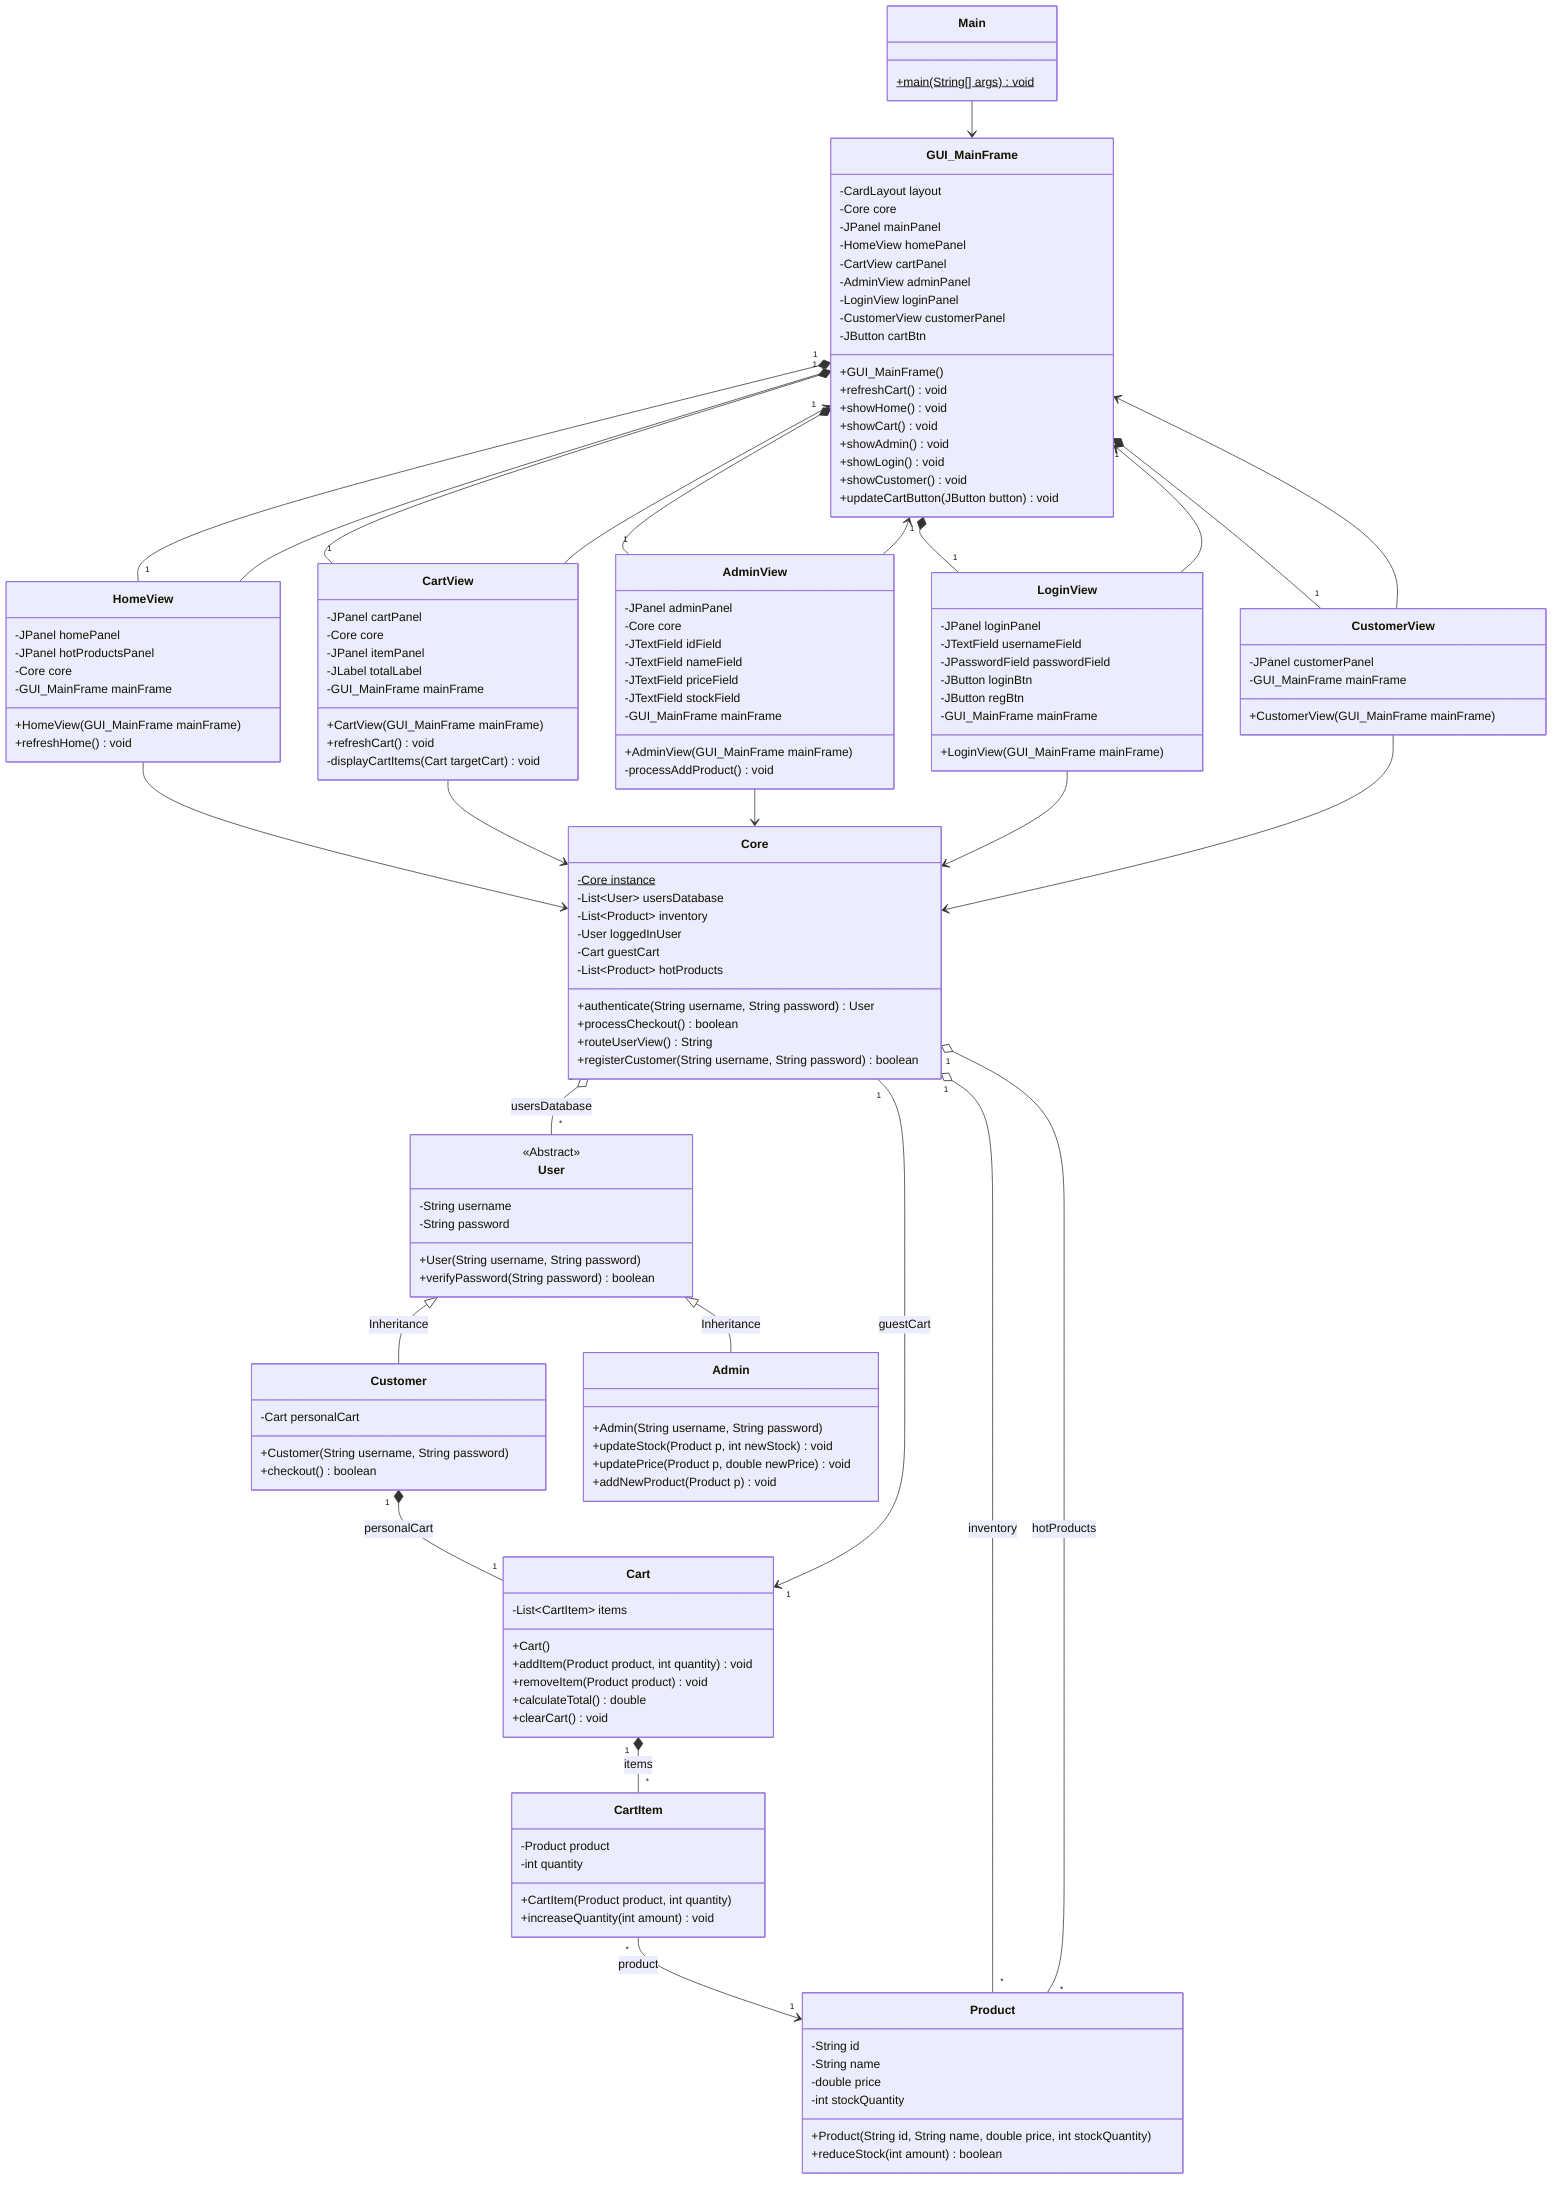
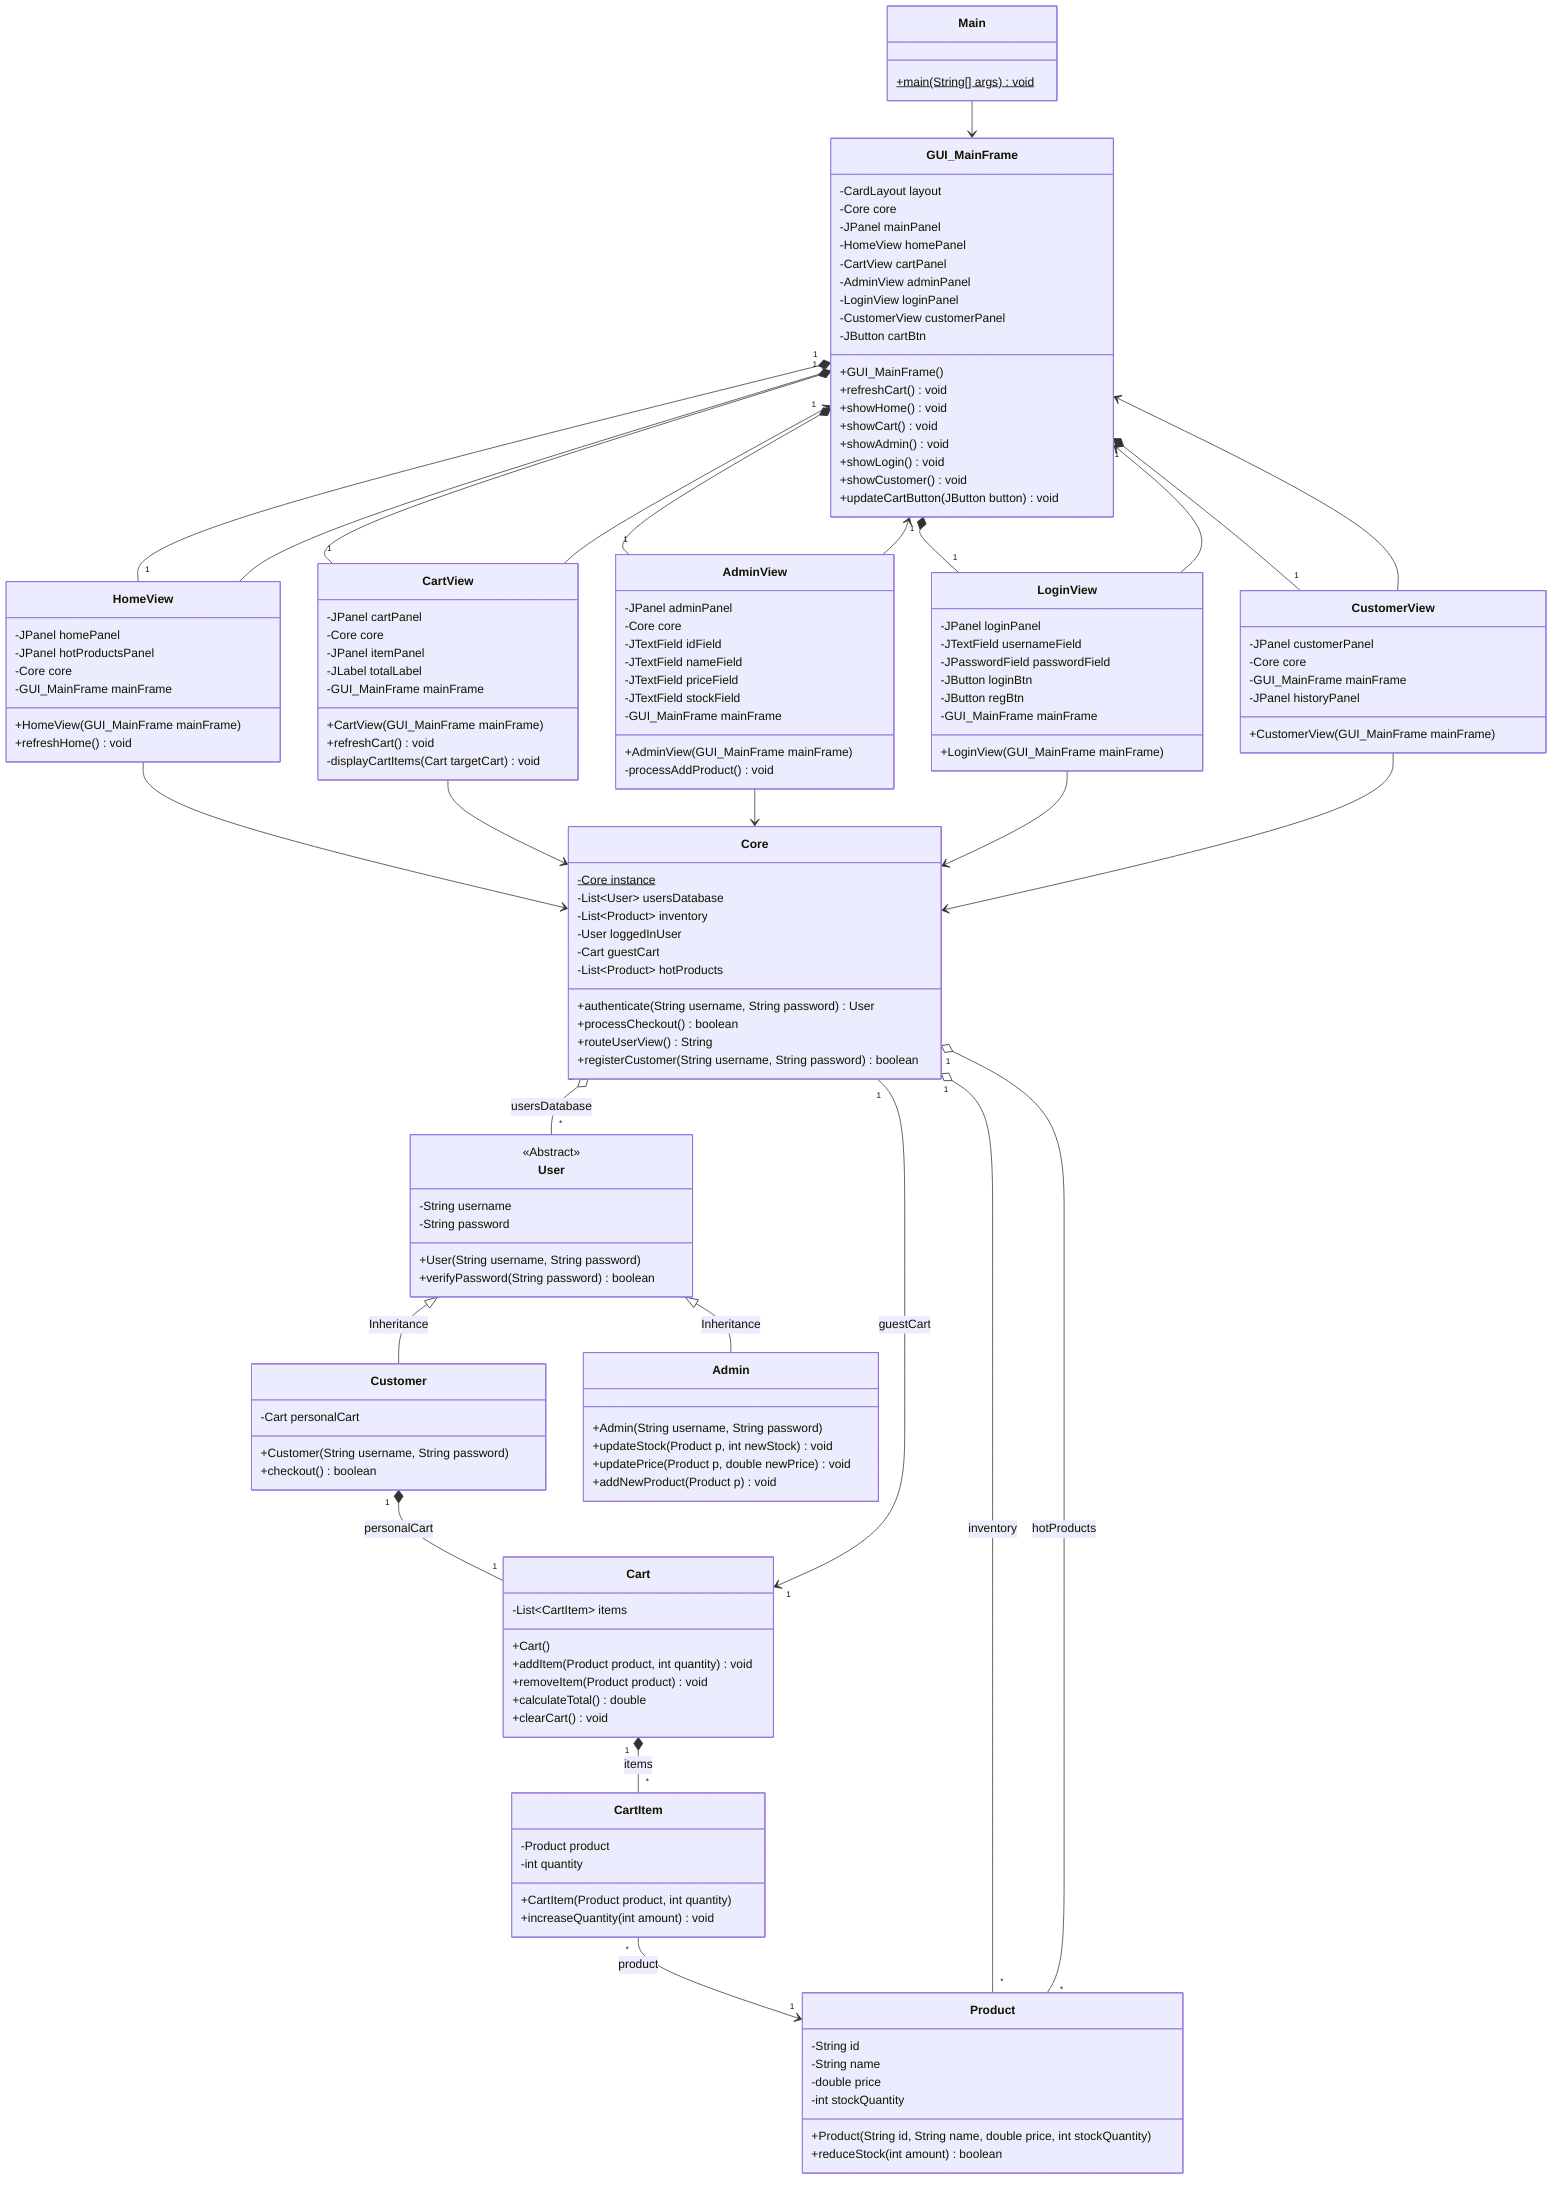
classDiagram
    %% Relationships & Connectors
    User <|-- Customer : Inheritance
    User <|-- Admin : Inheritance

    Customer "1" *-- "1" Cart : personalCart
    Cart "1" *-- "*" CartItem : items
    CartItem "*" --> "1" Product : product

    Core "1" o-- "*" User : usersDatabase
    Core "1" o-- "*" Product : inventory
    Core "1" o-- "*" Product : hotProducts
    Core "1" --> "1" Cart : guestCart

    GUI_MainFrame "1" *-- "1" HomeView
    GUI_MainFrame "1" *-- "1" CartView
    GUI_MainFrame "1" *-- "1" AdminView
    GUI_MainFrame "1" *-- "1" LoginView
    GUI_MainFrame "1" *-- "1" CustomerView

    HomeView --> Core
    CartView --> Core
    AdminView --> Core
    LoginView --> Core
    CustomerView --> Core

    HomeView --> GUI_MainFrame
    CartView --> GUI_MainFrame
    AdminView --> GUI_MainFrame
    LoginView --> GUI_MainFrame
    CustomerView --> GUI_MainFrame

    Main --> GUI_MainFrame

    %% Base User Class
    class User {
        <<Abstract>>
        -String username
        -String password
        +User(String username, String password)
        +verifyPassword(String password) boolean
    }

    %% Child Classes
    class Customer {
        -Cart personalCart
        +Customer(String username, String password)
        +checkout() boolean
    }

    class Admin {
        +Admin(String username, String password)
        +updateStock(Product p, int newStock) void
        +updatePrice(Product p, double newPrice) void
        +addNewProduct(Product p) void
    }

    %% Product & Cart Classes
    class Product {
        -String id
        -String name
        -double price
        -int stockQuantity
        +Product(String id, String name, double price, int stockQuantity)
        +reduceStock(int amount) boolean
    }

    class Cart {
        -List~CartItem~ items
        +Cart()
        +addItem(Product product, int quantity) void
        +removeItem(Product product) void
        +calculateTotal() double
        +clearCart() void
    }

    class CartItem {
        -Product product
        -int quantity
        +CartItem(Product product, int quantity)
        +increaseQuantity(int amount) void
    }

    %% The Main Controller (Singleton)
    class Core {
        -Core instance$
        -List~User~ usersDatabase
        -List~Product~ inventory
        -User loggedInUser
        -Cart guestCart
        -List~Product~ hotProducts
        +authenticate(String username, String password) User
        +processCheckout() boolean
        +routeUserView() String
        +registerCustomer(String username, String password) boolean
    }

    %% UI Representation
    class GUI_MainFrame {
        -CardLayout layout
        -Core core
        -JPanel mainPanel
        -HomeView homePanel
        -CartView cartPanel
        -AdminView adminPanel
        -LoginView loginPanel
        -CustomerView customerPanel
        -JButton cartBtn
        +GUI_MainFrame()
        +refreshCart() void
        +showHome() void
        +showCart() void
        +showAdmin() void
        +showLogin() void
        +showCustomer() void
        +updateCartButton(JButton button) void
    }

    class HomeView {
        -JPanel homePanel
        -JPanel hotProductsPanel
        -Core core
        -GUI_MainFrame mainFrame
        +HomeView(GUI_MainFrame mainFrame)
        +refreshHome() void
    }

    class CartView {
        -JPanel cartPanel
        -Core core
        -JPanel itemPanel
        -JLabel totalLabel
        -GUI_MainFrame mainFrame
        +CartView(GUI_MainFrame mainFrame)
        +refreshCart() void
        -displayCartItems(Cart targetCart) void
    }

    class AdminView {
        -JPanel adminPanel
        -Core core
        -JTextField idField
        -JTextField nameField
        -JTextField priceField
        -JTextField stockField
        -GUI_MainFrame mainFrame
        +AdminView(GUI_MainFrame mainFrame)
        -processAddProduct() void
    }

    class LoginView {
        -JPanel loginPanel
        -JTextField usernameField
        -JPasswordField passwordField
        -JButton loginBtn
        -JButton regBtn
        -GUI_MainFrame mainFrame
        +LoginView(GUI_MainFrame mainFrame)
    }

    class CustomerView {
        -JPanel customerPanel
+         -Core core
        -GUI_MainFrame mainFrame
+         -JPanel historyPanel
        +CustomerView(GUI_MainFrame mainFrame)
    }

    class Main {
        +main(String[] args) void$
    }

